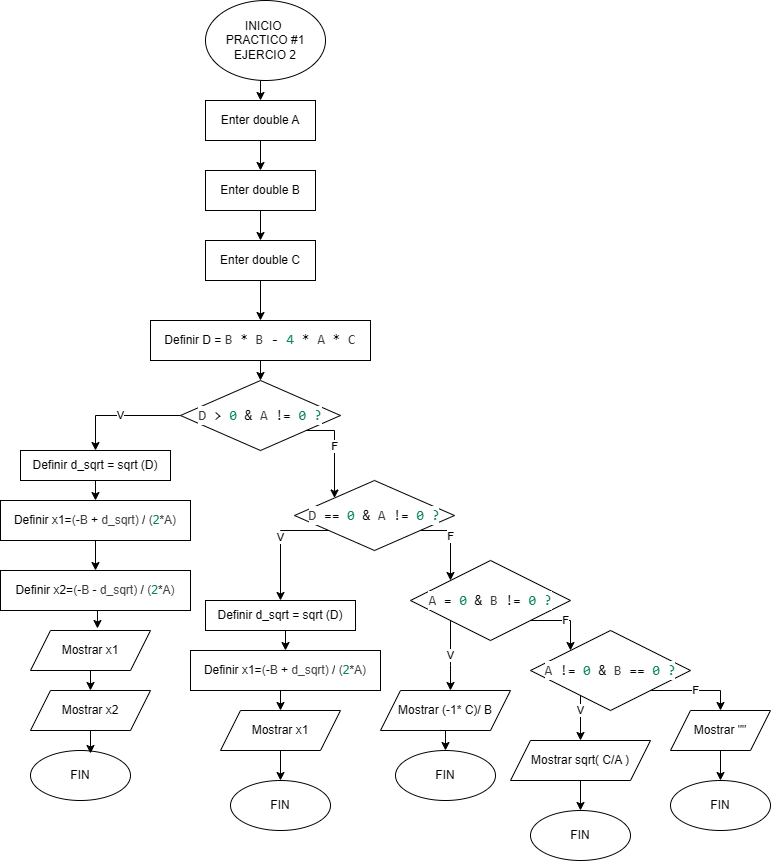
The draw.io diagram Pract1 Eje2.drawio.png in D4ri4na/DiagramasDeFlujo, before a commit. Source tidied: cells renumbered, new cells last; positions are measured from the earlier drawing's top-left corner, leaving out a move shared by most shapes.
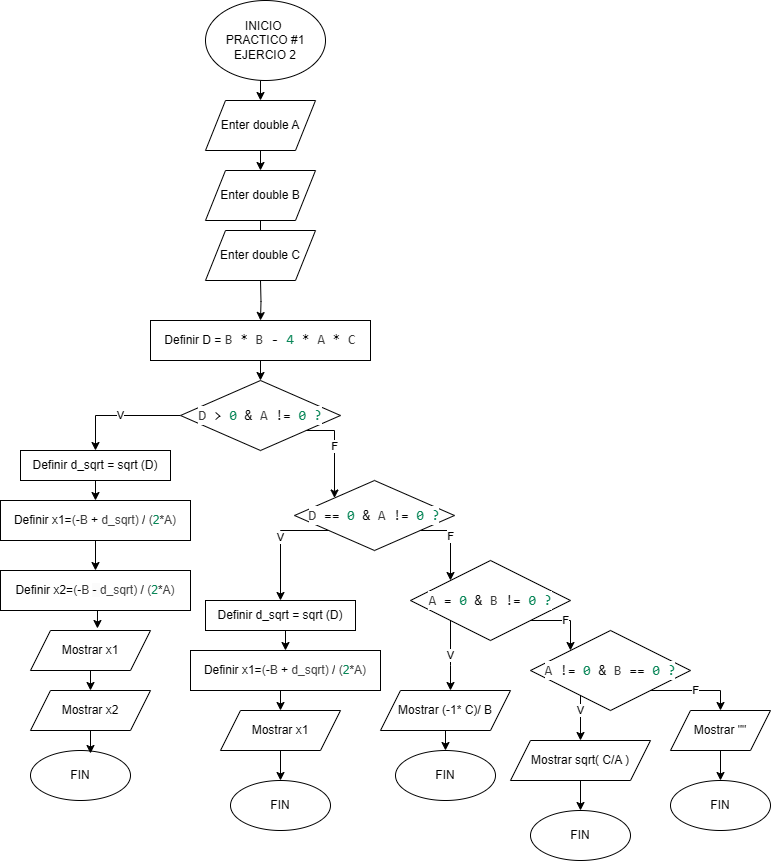
Above is the later version.

Change to the diagram source:
```diff
@@ -2,30 +2,31 @@
   <root>
     <mxCell id="0" />
     <mxCell id="1" parent="0" />
-    <mxCell id="2" style="edgeStyle=orthogonalEdgeStyle;rounded=0;jettySize=auto;html=1;exitX=0.5;exitY=1;exitDx=0;exitDy=0;entryX=0.5;entryY=0;entryDx=0;entryDy=0;" parent="1" edge="1" source="3" target="5">
-      <mxGeometry relative="1" as="geometry" />
+    <mxCell id="2" style="edgeStyle=orthogonalEdgeStyle;rounded=0;jettySize=auto;html=1;exitX=0.5;exitY=1;exitDx=0;exitDy=0;entryX=0.5;entryY=0;entryDx=0;entryDy=0;" parent="1" edge="1" source="3">
+      <mxGeometry relative="1" as="geometry">
+        <mxPoint x="260" y="100" as="targetPoint" />
+      </mxGeometry>
     </mxCell>
     <mxCell id="3" value="INICIO&amp;nbsp;&lt;div&gt;PRACTICO #1&lt;br&gt;&lt;div&gt;EJERCIO 2&lt;/div&gt;&lt;/div&gt;" style="ellipse;whiteSpace=wrap;html=1;" parent="1" vertex="1">
       <mxGeometry x="205" width="120" height="80" as="geometry" />
     </mxCell>
-    <mxCell id="4" style="edgeStyle=orthogonalEdgeStyle;rounded=0;jettySize=auto;html=1;exitX=0.5;exitY=1;exitDx=0;exitDy=0;entryX=0.5;entryY=0;entryDx=0;entryDy=0;" parent="1" edge="1" source="5" target="7">
-      <mxGeometry relative="1" as="geometry" />
+    <mxCell id="4" style="edgeStyle=orthogonalEdgeStyle;rounded=0;orthogonalLoop=1;jettySize=auto;html=1;exitX=0.5;exitY=1;exitDx=0;exitDy=0;entryX=0.5;entryY=0;entryDx=0;entryDy=0;" parent="1" edge="1">
+      <mxGeometry relative="1" as="geometry">
+        <mxPoint x="260" y="140" as="sourcePoint" />
+        <mxPoint x="260" y="170" as="targetPoint" />
+      </mxGeometry>
     </mxCell>
-    <mxCell id="5" value="Enter double A" style="rounded=0;whiteSpace=wrap;html=1;" parent="1" vertex="1">
-      <mxGeometry x="205" y="100" width="110" height="40" as="geometry" />
-    </mxCell>
-    <mxCell id="6" style="edgeStyle=orthogonalEdgeStyle;rounded=0;jettySize=auto;html=1;exitX=0.5;exitY=1;exitDx=0;exitDy=0;entryX=0.5;entryY=0;entryDx=0;entryDy=0;" parent="1" edge="1" source="7" target="9">
-      <mxGeometry relative="1" as="geometry" />
+    <mxCell id="6" style="edgeStyle=orthogonalEdgeStyle;rounded=0;orthogonalLoop=1;jettySize=auto;html=1;exitX=0.5;exitY=1;exitDx=0;exitDy=0;entryX=0.5;entryY=0;entryDx=0;entryDy=0;" parent="1" edge="1">
+      <mxGeometry relative="1" as="geometry">
+        <mxPoint x="260" y="210" as="sourcePoint" />
+        <mxPoint x="260" y="240" as="targetPoint" />
+      </mxGeometry>
     </mxCell>
-    <mxCell id="7" value="Enter double B" style="rounded=0;whiteSpace=wrap;html=1;" parent="1" vertex="1">
-      <mxGeometry x="205" y="170" width="110" height="40" as="geometry" />
-    </mxCell>
-    <mxCell id="8" style="edgeStyle=orthogonalEdgeStyle;rounded=0;jettySize=auto;html=1;exitX=0.5;exitY=1;exitDx=0;exitDy=0;entryX=0.5;entryY=0;entryDx=0;entryDy=0;" parent="1" edge="1" source="9" target="14">
-      <mxGeometry relative="1" as="geometry" />
+    <mxCell id="8" style="edgeStyle=orthogonalEdgeStyle;rounded=0;jettySize=auto;html=1;exitX=0.5;exitY=1;exitDx=0;exitDy=0;entryX=0.5;entryY=0;entryDx=0;entryDy=0;" parent="1" edge="1" target="14">
+      <mxGeometry relative="1" as="geometry">
+        <mxPoint x="260" y="280" as="sourcePoint" />
+      </mxGeometry>
     </mxCell>
-    <mxCell id="9" value="Enter double C" style="rounded=0;whiteSpace=wrap;html=1;" parent="1" vertex="1">
-      <mxGeometry x="205" y="240" width="110" height="40" as="geometry" />
-    </mxCell>
     <mxCell id="10" value="V" style="edgeStyle=orthogonalEdgeStyle;rounded=0;jettySize=auto;html=1;exitX=0;exitY=0.5;exitDx=0;exitDy=0;entryX=0.5;entryY=0;entryDx=0;entryDy=0;" parent="1" edge="1" source="12" target="19">
       <mxGeometry relative="1" as="geometry" />
     </mxCell>
@@ -182,5 +183,14 @@
     <mxCell id="50" value="FIN" style="ellipse;whiteSpace=wrap;html=1;" parent="1" vertex="1">
       <mxGeometry x="670" y="780" width="100" height="50" as="geometry" />
     </mxCell>
+    <mxCell id="5" value="Enter double A" style="shape=parallelogram;perimeter=parallelogramPerimeter;whiteSpace=wrap;html=1;fixedSize=1;" parent="1" vertex="1">
+      <mxGeometry x="205" y="100" width="110" height="50" as="geometry" />
+    </mxCell>
+    <mxCell id="7" value="Enter double B" style="shape=parallelogram;perimeter=parallelogramPerimeter;whiteSpace=wrap;html=1;fixedSize=1;" parent="1" vertex="1">
+      <mxGeometry x="205" y="170" width="110" height="50" as="geometry" />
+    </mxCell>
+    <mxCell id="9" value="Enter double C" style="shape=parallelogram;perimeter=parallelogramPerimeter;whiteSpace=wrap;html=1;fixedSize=1;" parent="1" vertex="1">
+      <mxGeometry x="205" y="230" width="110" height="50" as="geometry" />
+    </mxCell>
   </root>
 </mxGraphModel>
```
